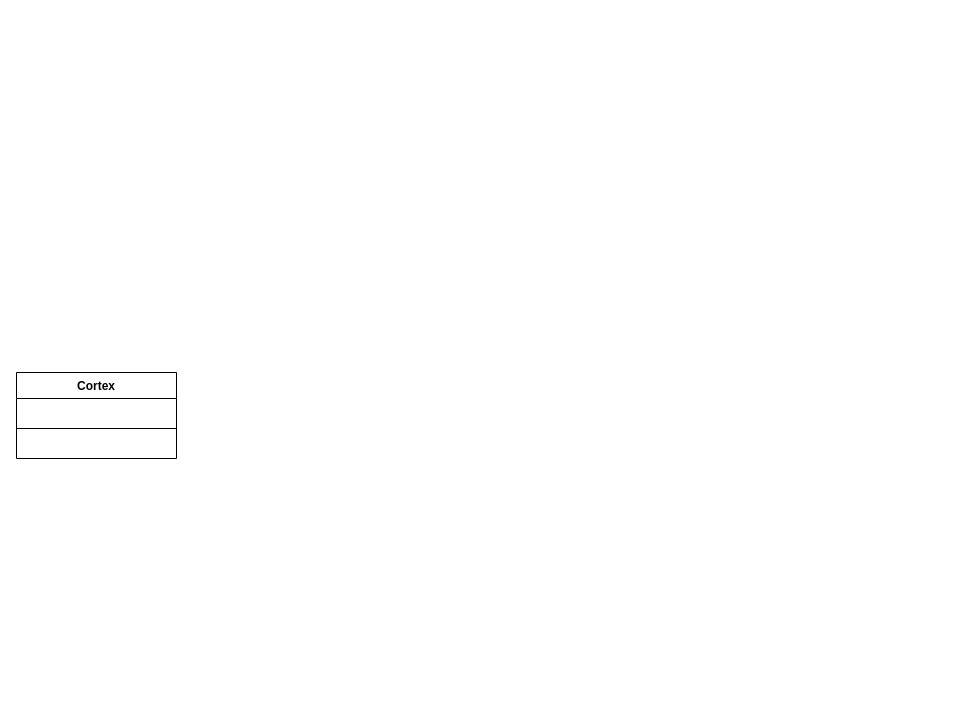
Before: Untitled Diagram.drawio in sun-iot/draw.io, a draw.io diagram. Source tidied: cells renumbered, new cells numbered last; positions are measured from the earlier drawing's top-left corner, leaving out a move shared by most shapes. Both pictures are drawn from the tidied source at 100%, with x=0, y=0 at pixel (16, 372).
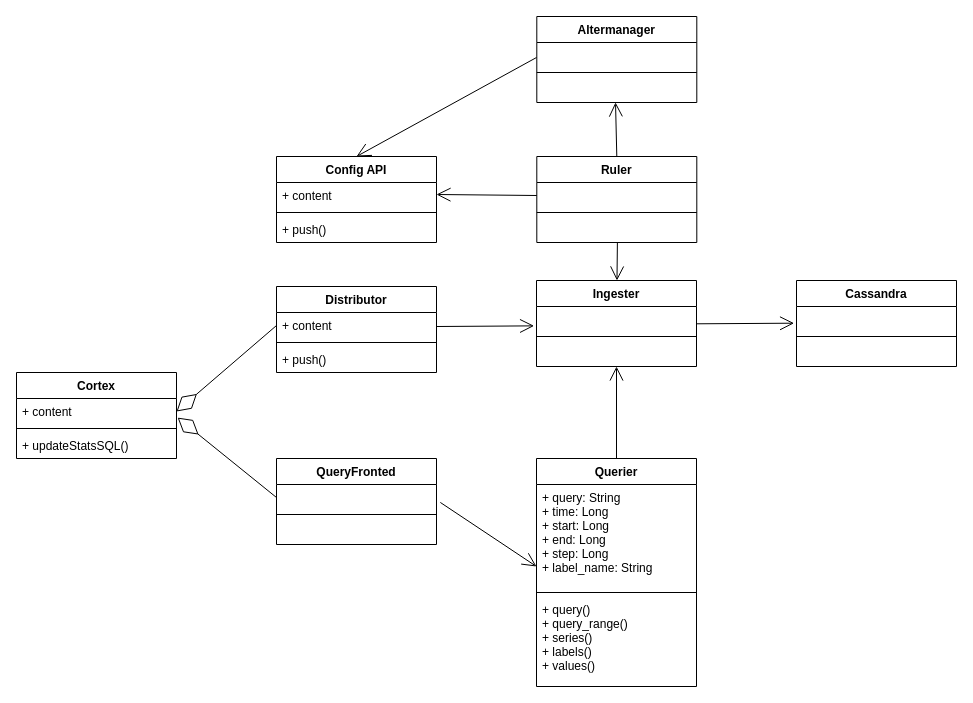
The same diagram, later.

Unchanged cells that the change refers to:
```xml
<mxCell id="2" value="Cortex" style="swimlane;fontStyle=1;align=center;verticalAlign=top;horizontal=1;startSize=26;" parent="1" vertex="1">
  <mxGeometry width="160" height="86" as="geometry" />
</mxCell>
```

What changed in the source:
```diff
@@
-    <mxCell id="3" value=" " style="text;strokeColor=none;fillColor=none;align=left;verticalAlign=top;spacingLeft=4;spacingRight=4;overflow=hidden;points=[[0,0.5],[1,0.5]];portConstraint=eastwest;" parent="2" vertex="1">
+    <mxCell id="3" value="+ content" style="text;strokeColor=none;fillColor=none;align=left;verticalAlign=top;spacingLeft=4;spacingRight=4;overflow=hidden;points=[[0,0.5],[1,0.5]];portConstraint=eastwest;" parent="2" vertex="1">
       <mxGeometry y="26" width="160" height="26" as="geometry" />
     </mxCell>
@@
-    <mxCell id="5" value=" " style="text;strokeColor=none;fillColor=none;align=left;verticalAlign=top;spacingLeft=4;spacingRight=4;overflow=hidden;" parent="2" vertex="1">
+    <mxCell id="5" value="+ updateStatsSQL()" style="text;strokeColor=none;fillColor=none;align=left;verticalAlign=top;spacingLeft=4;spacingRight=4;overflow=hidden;" parent="2" vertex="1">
       <mxGeometry y="60" width="160" height="26" as="geometry" />
     </mxCell>
+    <mxCell id="6" value="Distributor" style="swimlane;fontStyle=1;align=center;verticalAlign=top;horizontal=1;startSize=26;" parent="1" vertex="1">
+      <mxGeometry x="260" y="-86" width="160" height="86" as="geometry" />
+    </mxCell>
+    <mxCell id="7" value="+ content" style="text;strokeColor=none;fillColor=none;align=left;verticalAlign=top;spacingLeft=4;spacingRight=4;overflow=hidden;points=[[0,0.5],[1,0.5]];portConstraint=eastwest;" parent="6" vertex="1">
+      <mxGeometry y="26" width="160" height="26" as="geometry" />
+    </mxCell>
+    <mxCell id="8" style="line;strokeWidth=1;fillColor=none;align=left;verticalAlign=middle;spacingTop=-1;spacingLeft=3;spacingRight=3;labelPosition=right;" parent="6" vertex="1">
+      <mxGeometry y="52" width="160" height="8" as="geometry" />
+    </mxCell>
+    <mxCell id="9" value="+ push()" style="text;strokeColor=none;fillColor=none;align=left;verticalAlign=top;spacingLeft=4;spacingRight=4;overflow=hidden;" parent="6" vertex="1">
+      <mxGeometry y="60" width="160" height="26" as="geometry" />
+    </mxCell>
+    <mxCell id="10" value="Querier" style="swimlane;fontStyle=1;align=center;verticalAlign=top;horizontal=1;startSize=26;" parent="1" vertex="1">
+      <mxGeometry x="520" y="86" width="160" height="228" as="geometry" />
+    </mxCell>
+    <mxCell id="11" value="+ query: String&#10;+ time: Long&#10;+ start: Long&#10;+ end: Long&#10;+ step: Long&#10;+ label_name: String" style="text;strokeColor=none;fillColor=none;align=left;verticalAlign=top;spacingLeft=4;spacingRight=4;overflow=hidden;" parent="10" vertex="1">
+      <mxGeometry y="26" width="160" height="104" as="geometry" />
+    </mxCell>
+    <mxCell id="12" style="endArrow=open;endFill=1;endSize=12;html=1;exitX=1.024;exitY=0.69;exitDx=0;exitDy=0;exitPerimeter=0;" parent="10" edge="1" source="16">
+      <mxGeometry relative="1" as="geometry">
+        <mxPoint y="108" as="targetPoint" />
+      </mxGeometry>
+    </mxCell>
+    <mxCell id="13" style="line;strokeWidth=1;fillColor=none;align=left;verticalAlign=middle;spacingTop=-1;spacingLeft=3;spacingRight=3;labelPosition=right;" parent="10" vertex="1">
+      <mxGeometry y="130" width="160" height="8" as="geometry" />
+    </mxCell>
+    <mxCell id="14" value="+ query()&#10;+ query_range()&#10;+ series()&#10;+ labels()&#10;+ values()&#10;" style="text;strokeColor=none;fillColor=none;align=left;verticalAlign=top;spacingLeft=4;spacingRight=4;overflow=hidden;" parent="10" vertex="1">
+      <mxGeometry y="138" width="160" height="90" as="geometry" />
+    </mxCell>
+    <mxCell id="15" value="QueryFronted" style="swimlane;fontStyle=1;align=center;verticalAlign=top;horizontal=1;startSize=26;" parent="1" vertex="1">
+      <mxGeometry x="260" y="86" width="160" height="86" as="geometry" />
+    </mxCell>
+    <mxCell id="16" value=" " style="text;strokeColor=none;fillColor=none;align=left;verticalAlign=top;spacingLeft=4;spacingRight=4;overflow=hidden;points=[[0,0.5],[1,0.5]];portConstraint=eastwest;" parent="15" vertex="1">
+      <mxGeometry y="26" width="160" height="26" as="geometry" />
+    </mxCell>
+    <mxCell id="17" style="line;strokeWidth=1;fillColor=none;align=left;verticalAlign=middle;spacingTop=-1;spacingLeft=3;spacingRight=3;labelPosition=right;" parent="15" vertex="1">
+      <mxGeometry y="52" width="160" height="8" as="geometry" />
+    </mxCell>
+    <mxCell id="18" value=" " style="text;strokeColor=none;fillColor=none;align=left;verticalAlign=top;spacingLeft=4;spacingRight=4;overflow=hidden;" parent="15" vertex="1">
+      <mxGeometry y="60" width="160" height="26" as="geometry" />
+    </mxCell>
+    <mxCell id="19" value="Ingester" style="swimlane;fontStyle=1;align=center;verticalAlign=top;horizontal=1;startSize=26;" parent="1" vertex="1">
+      <mxGeometry x="520" y="-92" width="160" height="86" as="geometry" />
+    </mxCell>
+    <mxCell id="20" value=" " style="text;strokeColor=none;fillColor=none;align=left;verticalAlign=top;spacingLeft=4;spacingRight=4;overflow=hidden;points=[[0,0.5],[1,0.5]];portConstraint=eastwest;" parent="19" vertex="1">
+      <mxGeometry y="26" width="160" height="26" as="geometry" />
+    </mxCell>
+    <mxCell id="21" style="line;strokeWidth=1;fillColor=none;align=left;verticalAlign=middle;spacingTop=-1;spacingLeft=3;spacingRight=3;labelPosition=right;" parent="19" vertex="1">
+      <mxGeometry y="52" width="160" height="8" as="geometry" />
+    </mxCell>
+    <mxCell id="22" value=" " style="text;strokeColor=none;fillColor=none;align=left;verticalAlign=top;spacingLeft=4;spacingRight=4;overflow=hidden;points=[[0,0.5],[1,0.5]];portConstraint=eastwest;" parent="19" vertex="1">
+      <mxGeometry y="60" width="160" height="26" as="geometry" />
+    </mxCell>
+    <mxCell id="23" style="endArrow=diamondThin;endFill=0;endSize=24;html=1;exitX=0;exitY=0.5;exitDx=0;exitDy=0;entryX=1;entryY=0.5;entryDx=0;entryDy=0;" parent="1" edge="1" source="7" target="3">
+      <mxGeometry relative="1" as="geometry" />
+    </mxCell>
+    <mxCell id="24" style="endArrow=diamondThin;endFill=0;endSize=24;html=1;exitX=0;exitY=0.5;exitDx=0;exitDy=0;entryX=1.007;entryY=0.735;entryDx=0;entryDy=0;entryPerimeter=0;" parent="1" edge="1" source="16" target="3">
+      <mxGeometry relative="1" as="geometry" />
+    </mxCell>
+    <mxCell id="25" value="Config API" style="swimlane;fontStyle=1;align=center;verticalAlign=top;horizontal=1;startSize=26;" parent="1" vertex="1">
+      <mxGeometry x="260" y="-216" width="160" height="86" as="geometry" />
+    </mxCell>
+    <mxCell id="26" value="+ content" style="text;strokeColor=none;fillColor=none;align=left;verticalAlign=top;spacingLeft=4;spacingRight=4;overflow=hidden;" parent="25" vertex="1">
+      <mxGeometry y="26" width="160" height="26" as="geometry" />
+    </mxCell>
+    <mxCell id="27" style="line;strokeWidth=1;fillColor=none;align=left;verticalAlign=middle;spacingTop=-1;spacingLeft=3;spacingRight=3;labelPosition=right;" parent="25" vertex="1">
+      <mxGeometry y="52" width="160" height="8" as="geometry" />
+    </mxCell>
+    <mxCell id="28" value="+ push()" style="text;strokeColor=none;fillColor=none;align=left;verticalAlign=top;spacingLeft=4;spacingRight=4;overflow=hidden;" parent="25" vertex="1">
+      <mxGeometry y="60" width="160" height="26" as="geometry" />
+    </mxCell>
+    <mxCell id="29" style="endArrow=open;endFill=1;endSize=12;html=1;exitX=1.024;exitY=0.69;exitDx=0;exitDy=0;exitPerimeter=0;entryX=-0.015;entryY=0.745;entryDx=0;entryDy=0;entryPerimeter=0;" parent="1" edge="1" target="20">
+      <mxGeometry relative="1" as="geometry">
+        <mxPoint x="420" y="-46" as="sourcePoint" />
+      </mxGeometry>
+    </mxCell>
+    <mxCell id="30" style="endArrow=open;endFill=1;endSize=12;html=1;exitX=0;exitY=0.5;exitDx=0;exitDy=0;entryX=0.998;entryY=0.846;entryDx=0;entryDy=0;entryPerimeter=0;" parent="1" edge="1" source="32">
+      <mxGeometry relative="1" as="geometry">
+        <mxPoint x="420" y="-178" as="targetPoint" />
+      </mxGeometry>
+    </mxCell>
+    <mxCell id="31" value="Ruler" style="swimlane;fontStyle=1;align=center;verticalAlign=top;horizontal=1;startSize=26;" parent="1" vertex="1">
+      <mxGeometry x="520.3" y="-216" width="160" height="86" as="geometry" />
+    </mxCell>
+    <mxCell id="32" value=" " style="text;strokeColor=none;fillColor=none;align=left;verticalAlign=top;spacingLeft=4;spacingRight=4;overflow=hidden;points=[[0,0.5],[1,0.5]];portConstraint=eastwest;" parent="31" vertex="1">
+      <mxGeometry y="26" width="160" height="26" as="geometry" />
+    </mxCell>
+    <mxCell id="33" style="endArrow=open;endFill=1;endSize=12;html=1;exitX=0.5;exitY=0;exitDx=0;exitDy=0;" parent="31" edge="1" target="19">
+      <mxGeometry relative="1" as="geometry">
+        <mxPoint x="80.6" y="86" as="sourcePoint" />
+      </mxGeometry>
+    </mxCell>
+    <mxCell id="34" style="line;strokeWidth=1;fillColor=none;align=left;verticalAlign=middle;spacingTop=-1;spacingLeft=3;spacingRight=3;labelPosition=right;" parent="31" vertex="1">
+      <mxGeometry y="52" width="160" height="8" as="geometry" />
+    </mxCell>
+    <mxCell id="35" value=" " style="text;strokeColor=none;fillColor=none;align=left;verticalAlign=top;spacingLeft=4;spacingRight=4;overflow=hidden;" parent="31" vertex="1">
+      <mxGeometry y="60" width="160" height="26" as="geometry" />
+    </mxCell>
+    <mxCell id="36" value="Altermanager" style="swimlane;fontStyle=1;align=center;verticalAlign=top;horizontal=1;startSize=26;" parent="1" vertex="1">
+      <mxGeometry x="520.3" y="-356" width="160" height="86" as="geometry" />
+    </mxCell>
+    <mxCell id="37" value=" " style="text;strokeColor=none;fillColor=none;align=left;verticalAlign=top;spacingLeft=4;spacingRight=4;overflow=hidden;" parent="36" vertex="1">
+      <mxGeometry y="26" width="160" height="26" as="geometry" />
+    </mxCell>
+    <mxCell id="38" style="line;strokeWidth=1;fillColor=none;align=left;verticalAlign=middle;spacingTop=-1;spacingLeft=3;spacingRight=3;labelPosition=right;" parent="36" vertex="1">
+      <mxGeometry y="52" width="160" height="8" as="geometry" />
+    </mxCell>
+    <mxCell id="39" value=" " style="text;strokeColor=none;fillColor=none;align=left;verticalAlign=top;spacingLeft=4;spacingRight=4;overflow=hidden;points=[[0,0.5],[1,0.5]];portConstraint=eastwest;" parent="36" vertex="1">
+      <mxGeometry y="60" width="160" height="26" as="geometry" />
+    </mxCell>
+    <mxCell id="40" style="endArrow=open;endFill=1;endSize=12;html=1;exitX=0.5;exitY=0;exitDx=0;exitDy=0;entryX=0.492;entryY=0.996;entryDx=0;entryDy=0;entryPerimeter=0;" parent="1" edge="1" source="31" target="39">
+      <mxGeometry relative="1" as="geometry" />
+    </mxCell>
+    <mxCell id="41" style="endArrow=open;endFill=1;endSize=12;html=1;exitX=0;exitY=0.5;exitDx=0;exitDy=0;entryX=0.5;entryY=0;entryDx=0;entryDy=0;" parent="1" edge="1" target="25">
+      <mxGeometry relative="1" as="geometry">
+        <mxPoint x="520" y="-315" as="sourcePoint" />
+      </mxGeometry>
+    </mxCell>
+    <mxCell id="42" style="endArrow=open;endFill=1;endSize=12;html=1;exitX=0.5;exitY=0;exitDx=0;exitDy=0;" parent="1" edge="1" source="10" target="22">
+      <mxGeometry relative="1" as="geometry" />
+    </mxCell>
+    <mxCell id="43" value="Cassandra" style="swimlane;fontStyle=1;align=center;verticalAlign=top;horizontal=1;startSize=26;" parent="1" vertex="1">
+      <mxGeometry x="780" y="-92" width="160" height="86" as="geometry" />
+    </mxCell>
+    <mxCell id="44" value=" " style="text;strokeColor=none;fillColor=none;align=left;verticalAlign=top;spacingLeft=4;spacingRight=4;overflow=hidden;" parent="43" vertex="1">
+      <mxGeometry y="26" width="160" height="26" as="geometry" />
+    </mxCell>
+    <mxCell id="45" style="line;strokeWidth=1;fillColor=none;align=left;verticalAlign=middle;spacingTop=-1;spacingLeft=3;spacingRight=3;labelPosition=right;" parent="43" vertex="1">
+      <mxGeometry y="52" width="160" height="8" as="geometry" />
+    </mxCell>
+    <mxCell id="46" value=" " style="text;strokeColor=none;fillColor=none;align=left;verticalAlign=top;spacingLeft=4;spacingRight=4;overflow=hidden;" parent="43" vertex="1">
+      <mxGeometry y="60" width="160" height="26" as="geometry" />
+    </mxCell>
+    <mxCell id="47" style="endArrow=open;endFill=1;endSize=12;html=1;exitX=1.024;exitY=0.69;exitDx=0;exitDy=0;exitPerimeter=0;entryX=-0.015;entryY=0.745;entryDx=0;entryDy=0;entryPerimeter=0;" parent="1" edge="1">
+      <mxGeometry relative="1" as="geometry">
+        <mxPoint x="680" y="-48.7" as="sourcePoint" />
+        <mxPoint x="777.6" y="-49.3" as="targetPoint" />
+      </mxGeometry>
+    </mxCell>
```
